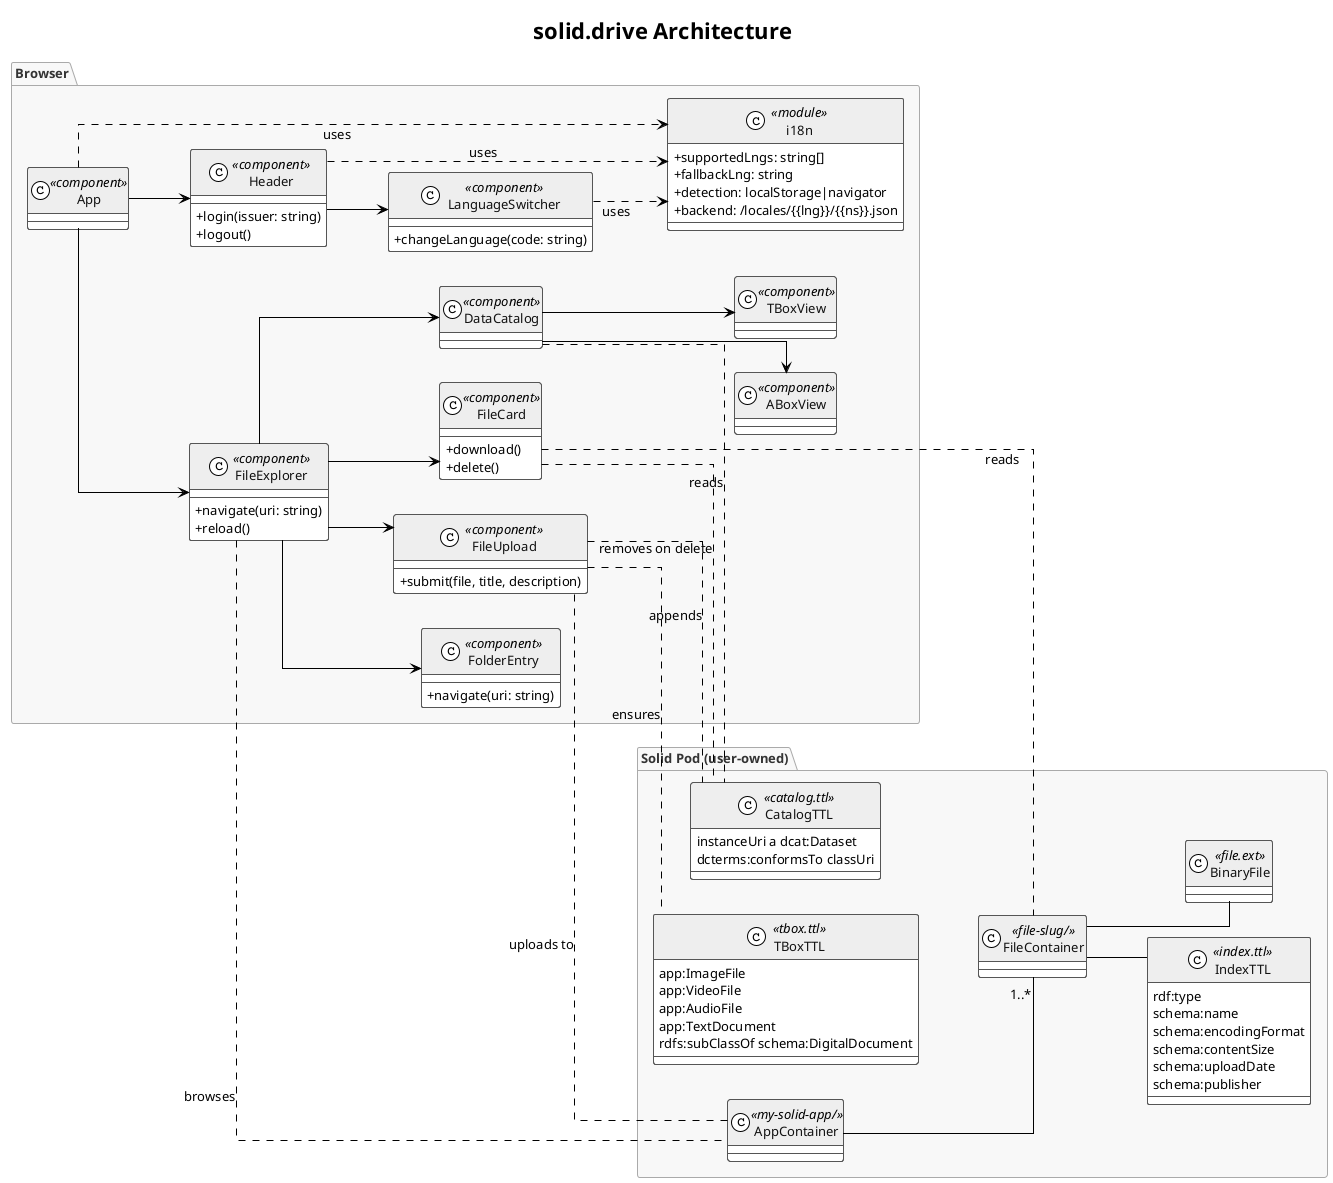
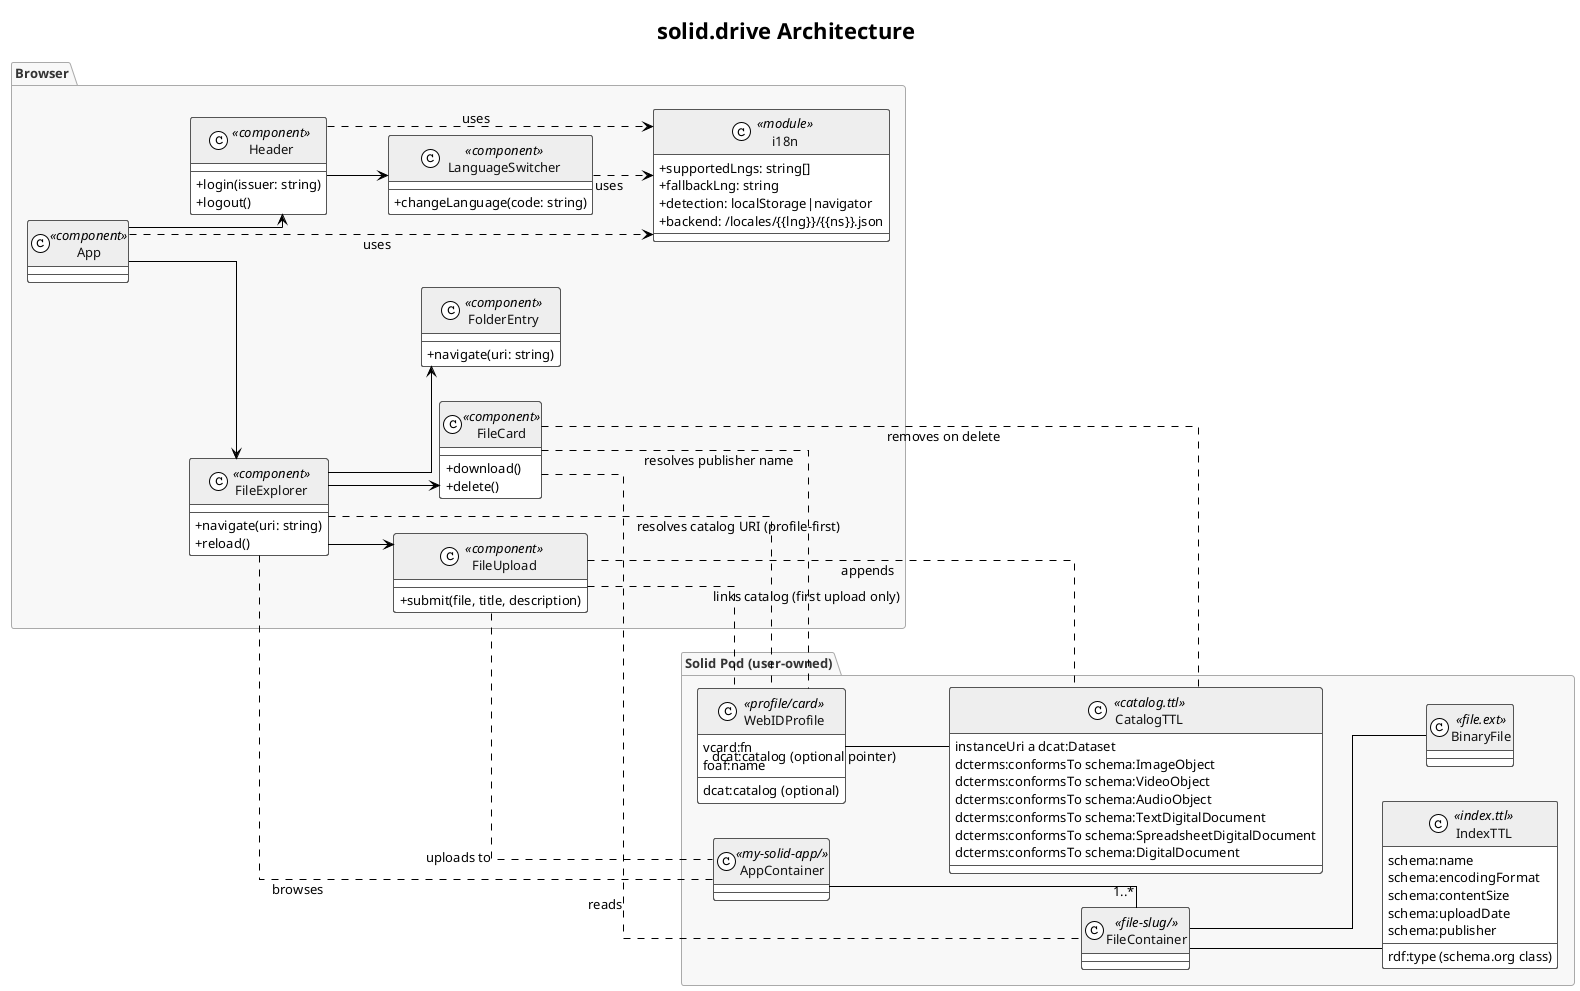
@startuml architecture
title solid.drive Architecture

!theme plain
skinparam defaultFontName sans-serif
skinparam defaultFontSize 13
skinparam classAttributeIconSize 0
skinparam backgroundColor White
skinparam linetype ortho

skinparam class {
  BackgroundColor White
  BorderColor #555555
  FontColor #111111
  HeaderBackgroundColor #EEEEEE
}

skinparam package {
  BackgroundColor #F8F8F8
  BorderColor #AAAAAA
  FontColor #333333
  FontStyle Bold
}

left to right direction

package "Browser" {

  class App <<component>>

  class Header <<component>> {
    +login(issuer: string)
    +logout()
  }

  class LanguageSwitcher <<component>> {
    +changeLanguage(code: string)
  }

  class FileExplorer <<component>> {
    +navigate(uri: string)
    +reload()
  }

  class FileUpload <<component>> {
    +submit(file, title, description)
  }

  class FileCard <<component>> {
    +download()
    +delete()
  }

  class FolderEntry <<component>> {
    +navigate(uri: string)
  }

-   class DataCatalog <<component>>
-   class TBoxView <<component>>
-   class ABoxView <<component>>
- 
  class i18n <<module>> {
    +supportedLngs: string[]
    +fallbackLng: string
    +detection: localStorage|navigator
    +backend: /locales/{{lng}}/{{ns}}.json
  }

  App --> Header
  App --> FileExplorer
  Header --> LanguageSwitcher
  FileExplorer --> FileUpload
  FileExplorer --> FileCard
  FileExplorer --> FolderEntry
-   FileExplorer --> DataCatalog
-   DataCatalog --> TBoxView
-   DataCatalog --> ABoxView
  App ..> i18n : uses
  Header ..> i18n : uses
  LanguageSwitcher ..> i18n : uses
}

package "Solid Pod (user-owned)" {

-   class TBoxTTL <<tbox.ttl>> {
-     app:ImageFile
-     app:VideoFile
-     app:AudioFile
-     app:TextDocument
-     rdfs:subClassOf schema:DigitalDocument
-   }
- 
  class CatalogTTL <<catalog.ttl>> {
    instanceUri a dcat:Dataset
-     dcterms:conformsTo classUri
+     dcterms:conformsTo schema:ImageObject
+     dcterms:conformsTo schema:VideoObject
+     dcterms:conformsTo schema:AudioObject
+     dcterms:conformsTo schema:TextDigitalDocument
+     dcterms:conformsTo schema:SpreadsheetDigitalDocument
+     dcterms:conformsTo schema:DigitalDocument
  }

  class AppContainer <<my-solid-app/>>

  class FileContainer <<file-slug/>>

  class IndexTTL <<index.ttl>> {
-     rdf:type
+     rdf:type (schema.org class)
    schema:name
    schema:encodingFormat
    schema:contentSize
    schema:uploadDate
    schema:publisher
  }

  class BinaryFile <<file.ext>>

+   class WebIDProfile <<profile/card>> {
+     vcard:fn
+     foaf:name
+     dcat:catalog (optional)
+   }
+ 
  AppContainer -- "1..*" FileContainer
  FileContainer -- IndexTTL
  FileContainer -- BinaryFile
+   WebIDProfile -- CatalogTTL : dcat:catalog (optional pointer)
}

- FileUpload .. TBoxTTL    : ensures
- FileUpload .. CatalogTTL : appends
+ FileUpload .. CatalogTTL   : appends
FileUpload .. AppContainer : uploads to
+ FileUpload .. WebIDProfile : links catalog (first upload only)
FileCard .. FileContainer  : reads
- FileCard .. CatalogTTL    : removes on delete
- DataCatalog .. CatalogTTL : reads
+ FileCard .. CatalogTTL     : removes on delete
+ FileCard .. WebIDProfile   : resolves publisher name
FileExplorer .. AppContainer : browses
+ FileExplorer .. WebIDProfile : resolves catalog URI (profile-first)

@enduml
